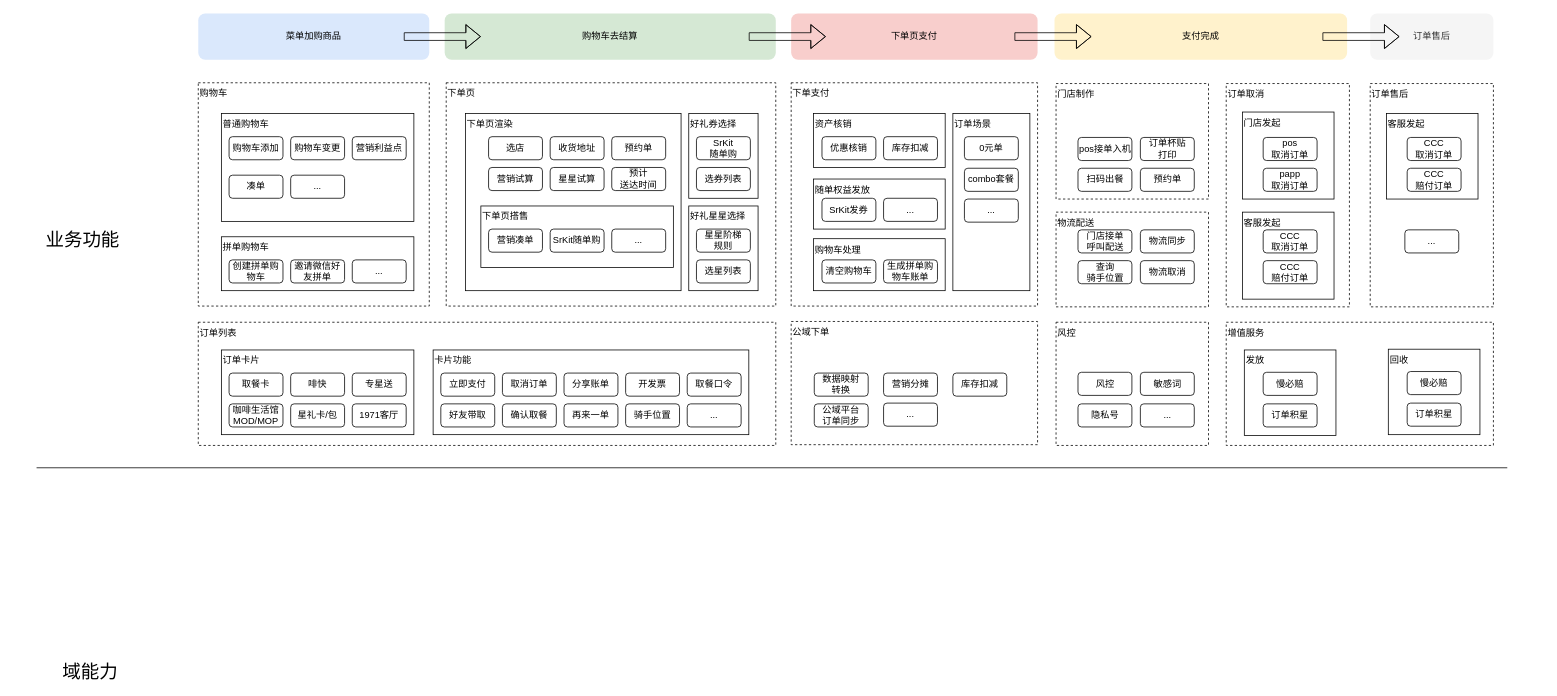
This is page "业务架构" (1 of 3) of OMS2.0业务架构.drawio from alexzhang2015/PC2.0, a draw.io file, before an edit. Source tidied: cells renumbered, new cells numbered last; positions are measured from the earlier drawing's top-left corner, leaving out a move shared by most shapes. Both pictures are drawn from the tidied source at 77%, with x=0, y=0 at pixel (36, 13).
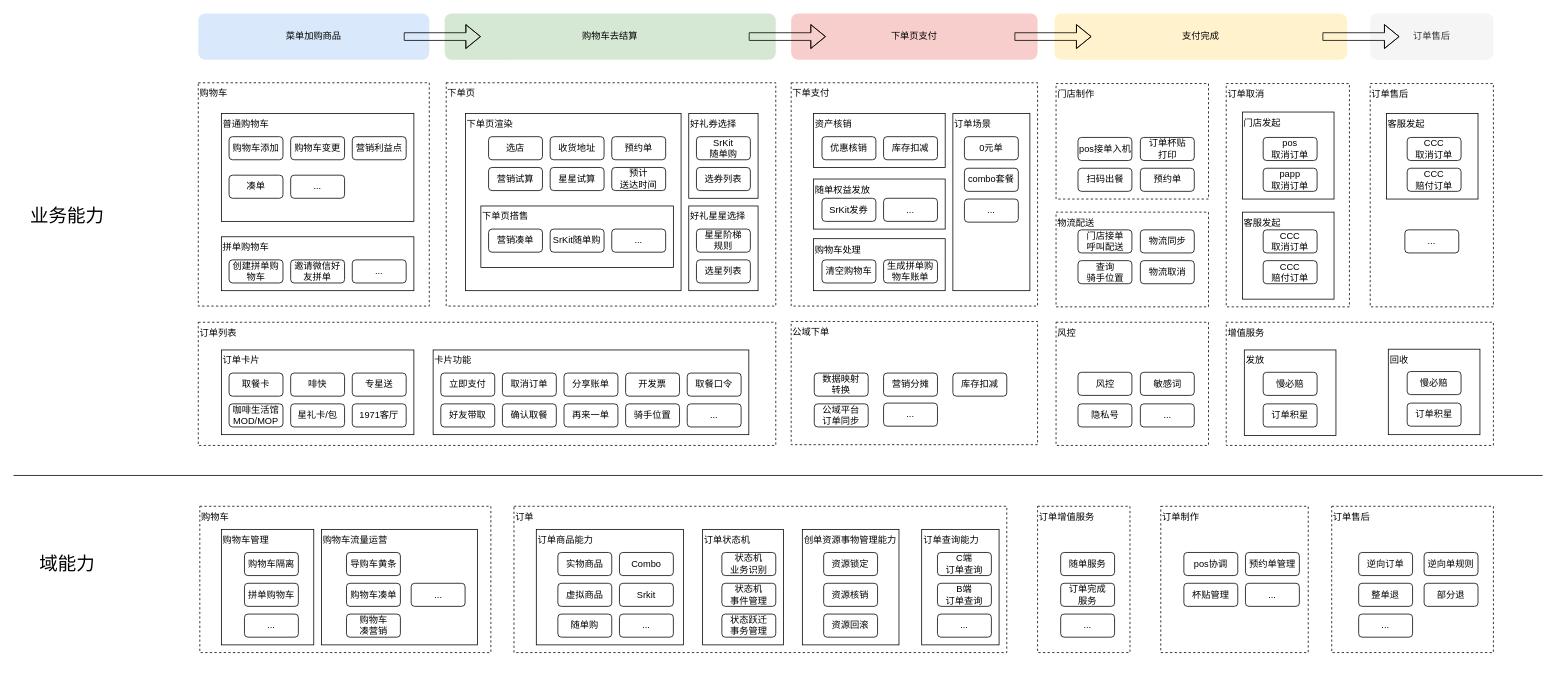
The same page after the edit.

Diff of the diagram source:
```diff
@@
+    <mxCell id="116" value="购物车" style="rounded=0;whiteSpace=wrap;html=1;align=left;verticalAlign=top;dashed=1;" parent="1" vertex="1">
+      <mxGeometry x="212" y="640" width="378" height="190" as="geometry" />
+    </mxCell>
+    <mxCell id="117" value="购物车流量运营" style="rounded=0;whiteSpace=wrap;html=1;align=left;verticalAlign=top;" parent="1" vertex="1">
+      <mxGeometry x="370" y="670" width="202.5" height="150" as="geometry" />
+    </mxCell>
+    <mxCell id="118" value="购物车管理" style="rounded=0;whiteSpace=wrap;html=1;align=left;verticalAlign=top;" parent="1" vertex="1">
+      <mxGeometry x="240" y="670" width="120" height="150" as="geometry" />
+    </mxCell>
@@
-    <mxCell id="77" value="业务功能" style="rounded=1;whiteSpace=wrap;html=1;strokeColor=none;fontSize=24;" parent="1" vertex="1">
-      <mxGeometry x="10" y="280" width="100" height="30" as="geometry" />
-    </mxCell>
@@
-    <mxCell id="83" style="endArrow=none;html=1;rounded=0;" parent="1" edge="1">
-      <mxGeometry relative="1" as="geometry">
-        <mxPoint y="590" as="sourcePoint" />
-        <mxPoint x="1910" y="590" as="targetPoint" />
-      </mxGeometry>
-    </mxCell>
-    <mxCell id="84" value="域能力" style="rounded=1;whiteSpace=wrap;html=1;strokeColor=none;fontSize=24;" parent="1" vertex="1">
-      <mxGeometry x="20" y="840" width="100" height="30" as="geometry" />
-    </mxCell>
@@
+    <mxCell id="119" value="订单" style="rounded=0;whiteSpace=wrap;html=1;align=left;verticalAlign=top;dashed=1;" parent="1" vertex="1">
+      <mxGeometry x="620" y="640" width="640" height="190" as="geometry" />
+    </mxCell>
+    <mxCell id="120" value="订单增值服务" style="rounded=0;whiteSpace=wrap;html=1;align=left;verticalAlign=top;dashed=1;" parent="1" vertex="1">
+      <mxGeometry x="1300" y="640" width="120" height="190" as="geometry" />
+    </mxCell>
+    <mxCell id="121" value="订单售后" style="rounded=0;whiteSpace=wrap;html=1;align=left;verticalAlign=top;dashed=1;" parent="1" vertex="1">
+      <mxGeometry x="1682" y="640" width="210" height="190" as="geometry" />
+    </mxCell>
+    <mxCell id="122" value="订单制作" style="rounded=0;whiteSpace=wrap;html=1;align=left;verticalAlign=top;dashed=1;" parent="1" vertex="1">
+      <mxGeometry x="1460" y="640" width="191.5" height="190" as="geometry" />
+    </mxCell>
+    <mxCell id="123" value="购物车隔离" style="rounded=1;whiteSpace=wrap;html=1;" parent="1" vertex="1">
+      <mxGeometry x="270" y="700" width="70" height="30" as="geometry" />
+    </mxCell>
+    <mxCell id="124" value="订单商品&lt;span style=&quot;background-color: initial;&quot;&gt;能力&lt;/span&gt;" style="rounded=0;whiteSpace=wrap;html=1;align=left;verticalAlign=top;" parent="1" vertex="1">
+      <mxGeometry x="649" y="670" width="191" height="150" as="geometry" />
+    </mxCell>
+    <mxCell id="125" value="导购车黄条" style="rounded=1;whiteSpace=wrap;html=1;" parent="1" vertex="1">
+      <mxGeometry x="402.5" y="700" width="70" height="30" as="geometry" />
+    </mxCell>
+    <mxCell id="126" value="购物车凑单" style="rounded=1;whiteSpace=wrap;html=1;" parent="1" vertex="1">
+      <mxGeometry x="402.5" y="740" width="70" height="30" as="geometry" />
+    </mxCell>
+    <mxCell id="127" value="购物车&lt;div&gt;凑营销&lt;/div&gt;" style="rounded=1;whiteSpace=wrap;html=1;" parent="1" vertex="1">
+      <mxGeometry x="402.5" y="780" width="70" height="30" as="geometry" />
+    </mxCell>
+    <mxCell id="128" value="拼单购物车" style="rounded=1;whiteSpace=wrap;html=1;" parent="1" vertex="1">
+      <mxGeometry x="270" y="740" width="70" height="30" as="geometry" />
+    </mxCell>
+    <mxCell id="129" value="随单&lt;span style=&quot;background-color: initial;&quot;&gt;服务&lt;/span&gt;" style="rounded=1;whiteSpace=wrap;html=1;" parent="1" vertex="1">
+      <mxGeometry x="1330" y="700" width="70" height="30" as="geometry" />
+    </mxCell>
+    <mxCell id="130" value="创单资源事物管理能力" style="rounded=0;whiteSpace=wrap;html=1;align=left;verticalAlign=top;" parent="1" vertex="1">
+      <mxGeometry x="994.5" y="670" width="125.5" height="150" as="geometry" />
+    </mxCell>
+    <mxCell id="131" value="..." style="rounded=1;whiteSpace=wrap;html=1;" parent="1" vertex="1">
+      <mxGeometry x="486.5" y="740" width="70" height="30" as="geometry" />
+    </mxCell>
+    <mxCell id="132" value="实物商品" style="rounded=1;whiteSpace=wrap;html=1;" parent="1" vertex="1">
+      <mxGeometry x="677" y="700" width="70" height="30" as="geometry" />
+    </mxCell>
+    <mxCell id="133" value="Combo" style="rounded=1;whiteSpace=wrap;html=1;" parent="1" vertex="1">
+      <mxGeometry x="757" y="700" width="70" height="30" as="geometry" />
+    </mxCell>
+    <mxCell id="134" value="虚拟商品" style="rounded=1;whiteSpace=wrap;html=1;" parent="1" vertex="1">
+      <mxGeometry x="677" y="740" width="70" height="30" as="geometry" />
+    </mxCell>
+    <mxCell id="135" value="Srkit" style="rounded=1;whiteSpace=wrap;html=1;" parent="1" vertex="1">
+      <mxGeometry x="757" y="740" width="70" height="30" as="geometry" />
+    </mxCell>
+    <mxCell id="136" value="随单购" style="rounded=1;whiteSpace=wrap;html=1;" parent="1" vertex="1">
+      <mxGeometry x="677" y="780" width="70" height="30" as="geometry" />
+    </mxCell>
+    <mxCell id="137" value="..." style="rounded=1;whiteSpace=wrap;html=1;" parent="1" vertex="1">
+      <mxGeometry x="270" y="780" width="70" height="30" as="geometry" />
+    </mxCell>
+    <mxCell id="138" value="订单状态机" style="rounded=0;whiteSpace=wrap;html=1;align=left;verticalAlign=top;" parent="1" vertex="1">
+      <mxGeometry x="865" y="670" width="105" height="150" as="geometry" />
+    </mxCell>
+    <mxCell id="139" value="..." style="rounded=1;whiteSpace=wrap;html=1;" parent="1" vertex="1">
+      <mxGeometry x="757" y="780" width="70" height="30" as="geometry" />
+    </mxCell>
+    <mxCell id="140" value="状态机&lt;div&gt;业务识别&lt;/div&gt;" style="rounded=1;whiteSpace=wrap;html=1;" parent="1" vertex="1">
+      <mxGeometry x="890" y="700" width="70" height="30" as="geometry" />
+    </mxCell>
+    <mxCell id="141" value="状态机&lt;div&gt;事件管理&lt;/div&gt;" style="rounded=1;whiteSpace=wrap;html=1;" parent="1" vertex="1">
+      <mxGeometry x="890" y="740" width="70" height="30" as="geometry" />
+    </mxCell>
+    <mxCell id="142" value="状态跃迁&lt;div&gt;事务管理&lt;/div&gt;" style="rounded=1;whiteSpace=wrap;html=1;" parent="1" vertex="1">
+      <mxGeometry x="890" y="780" width="70" height="30" as="geometry" />
+    </mxCell>
+    <mxCell id="143" value="资源锁定" style="rounded=1;whiteSpace=wrap;html=1;" parent="1" vertex="1">
+      <mxGeometry x="1022.2" y="700" width="70" height="30" as="geometry" />
+    </mxCell>
+    <mxCell id="144" value="资源核销" style="rounded=1;whiteSpace=wrap;html=1;" parent="1" vertex="1">
+      <mxGeometry x="1022.2" y="740" width="70" height="30" as="geometry" />
+    </mxCell>
+    <mxCell id="145" value="资源回滚" style="rounded=1;whiteSpace=wrap;html=1;" parent="1" vertex="1">
+      <mxGeometry x="1022.2" y="780" width="70" height="30" as="geometry" />
+    </mxCell>
+    <mxCell id="146" value="订单完成&lt;div&gt;服务&lt;/div&gt;" style="rounded=1;whiteSpace=wrap;html=1;" parent="1" vertex="1">
+      <mxGeometry x="1330" y="740" width="70" height="30" as="geometry" />
+    </mxCell>
+    <mxCell id="147" value="pos协调" style="rounded=1;whiteSpace=wrap;html=1;" parent="1" vertex="1">
+      <mxGeometry x="1490" y="700" width="70" height="30" as="geometry" />
+    </mxCell>
+    <mxCell id="148" value="预约单管理" style="rounded=1;whiteSpace=wrap;html=1;" parent="1" vertex="1">
+      <mxGeometry x="1570" y="700" width="70" height="30" as="geometry" />
+    </mxCell>
+    <mxCell id="149" value="杯贴管理" style="rounded=1;whiteSpace=wrap;html=1;" parent="1" vertex="1">
+      <mxGeometry x="1490" y="740" width="70" height="30" as="geometry" />
+    </mxCell>
+    <mxCell id="150" value="整单退" style="rounded=1;whiteSpace=wrap;html=1;" parent="1" vertex="1">
+      <mxGeometry x="1717" y="740" width="70" height="30" as="geometry" />
+    </mxCell>
+    <mxCell id="151" value="部分退" style="rounded=1;whiteSpace=wrap;html=1;" parent="1" vertex="1">
+      <mxGeometry x="1802" y="740" width="70" height="30" as="geometry" />
+    </mxCell>
+    <mxCell id="152" value="..." style="rounded=1;whiteSpace=wrap;html=1;" parent="1" vertex="1">
+      <mxGeometry x="1717" y="780" width="70" height="30" as="geometry" />
+    </mxCell>
+    <mxCell id="153" value="订单查询能力" style="rounded=0;whiteSpace=wrap;html=1;align=left;verticalAlign=top;" parent="1" vertex="1">
+      <mxGeometry x="1149.5" y="670" width="100.5" height="150" as="geometry" />
+    </mxCell>
+    <mxCell id="154" value="C端&lt;div&gt;订单查询&lt;/div&gt;" style="rounded=1;whiteSpace=wrap;html=1;" parent="1" vertex="1">
+      <mxGeometry x="1170" y="700" width="70" height="30" as="geometry" />
+    </mxCell>
+    <mxCell id="155" value="B端&lt;div&gt;订单查询&lt;/div&gt;" style="rounded=1;whiteSpace=wrap;html=1;" parent="1" vertex="1">
+      <mxGeometry x="1170" y="740" width="70" height="30" as="geometry" />
+    </mxCell>
+    <mxCell id="156" value="..." style="rounded=1;whiteSpace=wrap;html=1;" parent="1" vertex="1">
+      <mxGeometry x="1330" y="780" width="70" height="30" as="geometry" />
+    </mxCell>
+    <mxCell id="157" value="..." style="rounded=1;whiteSpace=wrap;html=1;" parent="1" vertex="1">
+      <mxGeometry x="1170" y="780" width="70" height="30" as="geometry" />
+    </mxCell>
+    <mxCell id="158" value="逆向订单" style="rounded=1;whiteSpace=wrap;html=1;" parent="1" vertex="1">
+      <mxGeometry x="1717" y="700" width="70" height="30" as="geometry" />
+    </mxCell>
+    <mxCell id="159" value="逆向单规则" style="rounded=1;whiteSpace=wrap;html=1;" parent="1" vertex="1">
+      <mxGeometry x="1802" y="700" width="70" height="30" as="geometry" />
+    </mxCell>
+    <mxCell id="160" value="..." style="rounded=1;whiteSpace=wrap;html=1;" parent="1" vertex="1">
+      <mxGeometry x="1570" y="740" width="70" height="30" as="geometry" />
+    </mxCell>
+    <mxCell id="161" style="endArrow=none;html=1;rounded=0;" parent="1" edge="1">
+      <mxGeometry relative="1" as="geometry">
+        <mxPoint x="-30" y="600" as="sourcePoint" />
+        <mxPoint x="1956" y="600" as="targetPoint" />
+      </mxGeometry>
+    </mxCell>
+    <mxCell id="162" value="业务能力" style="rounded=0;whiteSpace=wrap;html=1;strokeColor=none;fontSize=24;" parent="1" vertex="1">
+      <mxGeometry x="-20" y="232.5" width="120" height="60" as="geometry" />
+    </mxCell>
+    <mxCell id="84" value="域能力" style="rounded=0;whiteSpace=wrap;html=1;strokeColor=none;fontSize=24;" parent="1" vertex="1">
+      <mxGeometry x="-20" y="685" width="120" height="60" as="geometry" />
+    </mxCell>
```
